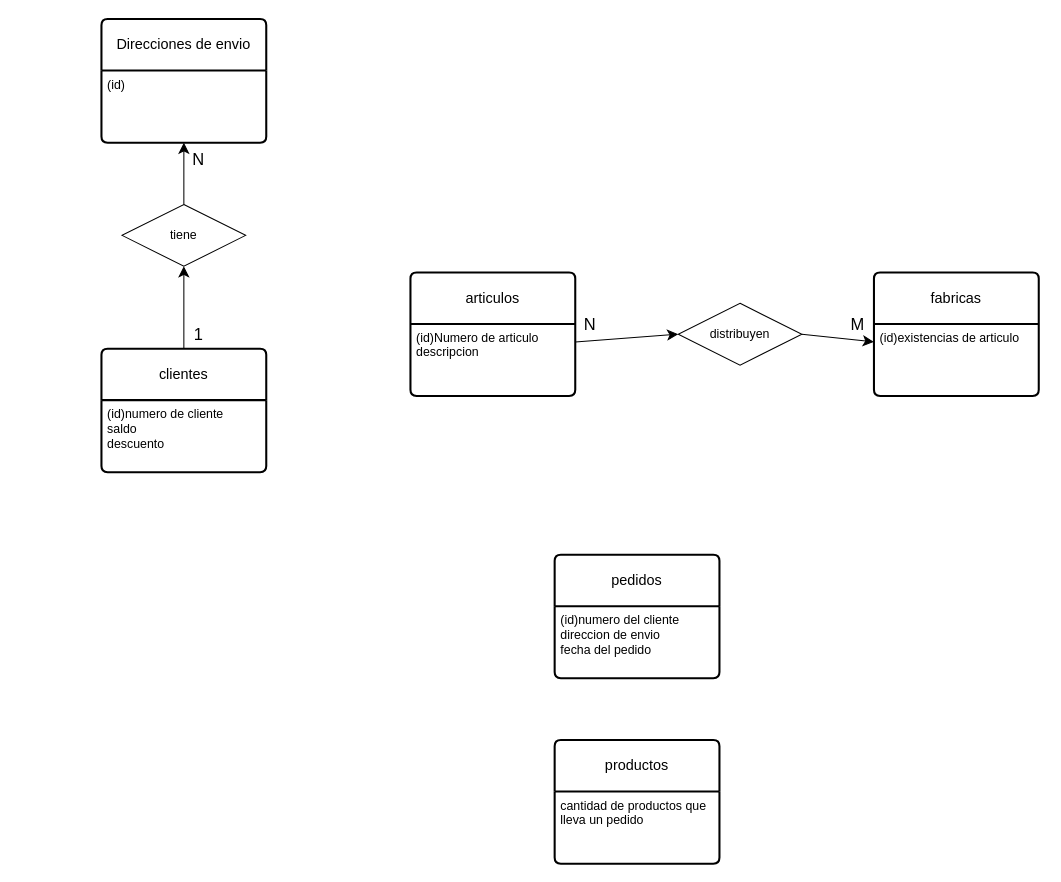
fernandezortaalex/Tarea keeps this draw.io diagram as Tarea_Base_de_datos/Tema1/Diagrama ejercicio10.drawio. Above is the earlier version. Source tidied: cells renumbered, new cells numbered last; positions are measured from the earlier drawing's top-left corner, leaving out a move shared by most shapes. Both pictures are drawn from the tidied source at 103%, with x=0, y=0 at pixel (101, 19).
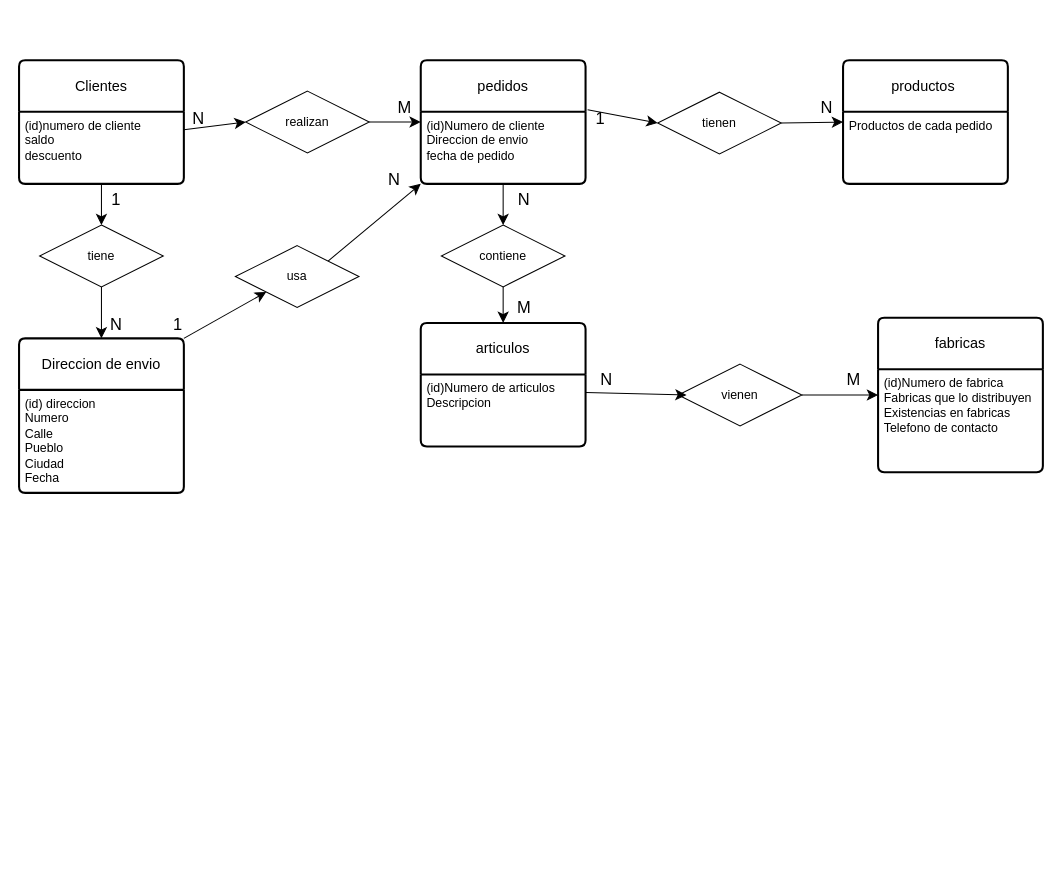
Above is the later version.

Change to the diagram source:
```diff
@@
-    <mxCell id="2" style="edgeStyle=none;curved=1;rounded=0;jettySize=auto;html=1;fontSize=12;startSize=8;endSize=8;" parent="1" edge="1" source="7" target="6">
-      <mxGeometry relative="1" as="geometry" />
-    </mxCell>
-    <mxCell id="3" style="edgeStyle=none;curved=1;rounded=0;jettySize=auto;html=1;exitX=0.5;exitY=0;exitDx=0;exitDy=0;entryX=0.5;entryY=1;entryDx=0;entryDy=0;fontSize=12;startSize=8;endSize=8;" parent="1" edge="1" source="4" target="13">
-      <mxGeometry relative="1" as="geometry" />
-    </mxCell>
-    <mxCell id="4" value="clientes" style="swimlane;horizontal=1;startSize=50;rounded=1;fontSize=14;fontStyle=0;strokeWidth=2;shadow=0;dashed=0;align=center;arcSize=4;whiteSpace=wrap;html=1;" parent="1" vertex="1">
-      <mxGeometry y="320" width="160" height="120" as="geometry" />
-    </mxCell>
+    <mxCell id="25" value="Clientes" style="swimlane;horizontal=1;startSize=50;rounded=1;fontSize=14;fontStyle=0;strokeWidth=2;shadow=0;dashed=0;align=center;arcSize=4;whiteSpace=wrap;html=1;" parent="1" vertex="1">
+      <mxGeometry x="-80" y="40" width="160" height="120" as="geometry" />
+    </mxCell>
-    <mxCell id="5" value="(id)numero de cliente&lt;div&gt;saldo&lt;/div&gt;&lt;div&gt;descuento&lt;/div&gt;" style="align=left;strokeColor=none;fillColor=none;spacingLeft=4;spacingRight=4;fontSize=12;verticalAlign=top;html=1;whiteSpace=wrap;" parent="4" vertex="1">
+    <mxCell id="5" value="(id)numero de cliente&lt;div&gt;saldo&lt;/div&gt;&lt;div&gt;descuento&lt;/div&gt;" style="align=left;strokeColor=none;fillColor=none;spacingLeft=4;spacingRight=4;fontSize=12;verticalAlign=top;html=1;whiteSpace=wrap;" parent="25" vertex="1">
       <mxGeometry y="50" width="160" height="70" as="geometry" />
     </mxCell>
     <mxCell id="6" value="articulos" style="swimlane;horizontal=1;startSize=50;rounded=1;fontSize=14;fontStyle=0;strokeWidth=2;shadow=0;dashed=0;align=center;arcSize=4;whiteSpace=wrap;html=1;" parent="1" vertex="1">
-      <mxGeometry x="300" y="246" width="160" height="120" as="geometry" />
+      <mxGeometry x="310" y="295" width="160" height="120" as="geometry" />
     </mxCell>
-    <mxCell id="7" value="(id)Numero de articulo&lt;div&gt;descripcion&lt;/div&gt;" style="align=left;strokeColor=none;fillColor=none;spacingLeft=4;spacingRight=4;fontSize=12;verticalAlign=top;html=1;whiteSpace=wrap;" parent="6" vertex="1">
-      <mxGeometry y="50" width="160" height="70" as="geometry" />
-    </mxCell>
+    <mxCell id="26" value="(id)Numero de articulos&lt;div&gt;Descripcion&lt;/div&gt;" style="align=left;strokeColor=none;fillColor=none;spacingLeft=4;spacingRight=4;fontSize=12;verticalAlign=top;html=1;whiteSpace=wrap;" parent="6" vertex="1">
+      <mxGeometry y="50" width="160" height="70" as="geometry" />
+    </mxCell>
     <mxCell id="8" value="pedidos" style="swimlane;horizontal=1;startSize=50;rounded=1;fontSize=14;fontStyle=0;strokeWidth=2;shadow=0;dashed=0;align=center;arcSize=4;whiteSpace=wrap;html=1;" parent="1" vertex="1">
-      <mxGeometry x="440" y="520" width="160" height="120" as="geometry" />
+      <mxGeometry x="310" y="40" width="160" height="120" as="geometry" />
     </mxCell>
-    <mxCell id="9" value="(id)numero del cliente&lt;div&gt;direccion de envio&lt;/div&gt;&lt;div&gt;fecha del pedido&lt;/div&gt;" style="align=left;strokeColor=none;fillColor=none;spacingLeft=4;spacingRight=4;fontSize=12;verticalAlign=top;html=1;whiteSpace=wrap;" parent="8" vertex="1">
-      <mxGeometry y="50" width="160" height="70" as="geometry" />
-    </mxCell>
-    <mxCell id="10" value="Direcciones de envio" style="swimlane;horizontal=1;startSize=50;rounded=1;fontSize=14;fontStyle=0;strokeWidth=2;shadow=0;dashed=0;align=center;arcSize=4;whiteSpace=wrap;html=1;" parent="1" vertex="1">
-      <mxGeometry width="160" height="120" as="geometry" />
-    </mxCell>
-    <mxCell id="11" value="(id)" style="align=left;strokeColor=none;fillColor=none;spacingLeft=4;spacingRight=4;fontSize=12;verticalAlign=top;html=1;whiteSpace=wrap;" parent="10" vertex="1">
-      <mxGeometry y="50" width="160" height="70" as="geometry" />
-    </mxCell>
-    <mxCell id="12" style="edgeStyle=none;curved=1;rounded=0;jettySize=auto;html=1;exitX=0.5;exitY=0;exitDx=0;exitDy=0;entryX=0.5;entryY=1;entryDx=0;entryDy=0;fontSize=12;startSize=8;endSize=8;" parent="1" edge="1" source="13" target="11">
-      <mxGeometry relative="1" as="geometry" />
-    </mxCell>
+    <mxCell id="27" value="(id)Numero de cliente&lt;div&gt;Direccion de envio&lt;/div&gt;&lt;div&gt;fecha de pedido&lt;/div&gt;" style="align=left;strokeColor=none;fillColor=none;spacingLeft=4;spacingRight=4;fontSize=12;verticalAlign=top;html=1;whiteSpace=wrap;" parent="8" vertex="1">
+      <mxGeometry y="50" width="160" height="70" as="geometry" />
+    </mxCell>
+    <mxCell id="28" style="edgeStyle=none;curved=1;rounded=0;jettySize=auto;html=1;exitX=1;exitY=0;exitDx=0;exitDy=0;entryX=0;entryY=1;entryDx=0;entryDy=0;fontSize=12;startSize=8;endSize=8;" parent="1" edge="1" source="29" target="59">
+      <mxGeometry relative="1" as="geometry" />
+    </mxCell>
+    <mxCell id="29" value="Direccion de envio" style="swimlane;horizontal=1;startSize=50;rounded=1;fontSize=14;fontStyle=0;strokeWidth=2;shadow=0;dashed=0;align=center;arcSize=4;whiteSpace=wrap;html=1;" parent="1" vertex="1">
+      <mxGeometry x="-80" y="310" width="160" height="150" as="geometry" />
+    </mxCell>
+    <mxCell id="30" value="(id) direccion&lt;div&gt;Numero&lt;/div&gt;&lt;div&gt;Calle&lt;/div&gt;&lt;div&gt;Pueblo&lt;/div&gt;&lt;div&gt;Ciudad&lt;/div&gt;&lt;div&gt;Fecha&lt;/div&gt;" style="align=left;strokeColor=none;fillColor=none;spacingLeft=4;spacingRight=4;fontSize=12;verticalAlign=top;html=1;whiteSpace=wrap;" parent="29" vertex="1">
+      <mxGeometry y="50" width="160" height="100" as="geometry" />
+    </mxCell>
+    <mxCell id="31" style="edgeStyle=none;curved=1;rounded=0;orthogonalLoop=1;jettySize=auto;html=1;entryX=0.5;entryY=0;entryDx=0;entryDy=0;fontSize=12;startSize=8;endSize=8;" parent="29" edge="1" source="30" target="30">
+      <mxGeometry relative="1" as="geometry" />
+    </mxCell>
+    <mxCell id="32" style="edgeStyle=none;curved=1;rounded=0;jettySize=auto;html=1;exitX=0.5;exitY=1;exitDx=0;exitDy=0;entryX=0.5;entryY=0;entryDx=0;entryDy=0;fontSize=12;startSize=8;endSize=8;" parent="1" edge="1" source="13" target="29">
+      <mxGeometry relative="1" as="geometry" />
+    </mxCell>
     <mxCell id="13" value="tiene" style="shape=rhombus;perimeter=rhombusPerimeter;whiteSpace=wrap;html=1;align=center;" parent="1" vertex="1">
-      <mxGeometry x="20" y="180" width="120" height="60" as="geometry" />
+      <mxGeometry x="-60" y="200" width="120" height="60" as="geometry" />
     </mxCell>
-    <mxCell id="14" value="1" style="text;html=1;align=center;verticalAlign=middle;strokeColor=none;fillColor=none;fontSize=16;" parent="1" vertex="1">
-      <mxGeometry x="79" y="291" width="30" height="30" as="geometry" />
-    </mxCell>
-    <mxCell id="15" value="N" style="text;html=1;align=center;verticalAlign=middle;strokeColor=none;fillColor=none;fontSize=16;" parent="1" vertex="1">
-      <mxGeometry x="74" y="121" width="40" height="30" as="geometry" />
-    </mxCell>
+    <mxCell id="33" style="edgeStyle=none;curved=1;rounded=0;jettySize=auto;html=1;exitX=0.5;exitY=1;exitDx=0;exitDy=0;entryX=0.5;entryY=0;entryDx=0;entryDy=0;fontSize=12;startSize=8;endSize=8;" parent="1" edge="1" source="5" target="13">
+      <mxGeometry relative="1" as="geometry" />
+    </mxCell>
+    <mxCell id="34" value="1" style="text;html=1;align=center;verticalAlign=middle;strokeColor=none;fillColor=none;fontSize=16;" parent="1" vertex="1">
+      <mxGeometry x="-1" y="160" width="30" height="30" as="geometry" />
+    </mxCell>
+    <mxCell id="35" value="N" style="text;html=1;align=center;verticalAlign=middle;strokeColor=none;fillColor=none;fontSize=16;" parent="1" vertex="1">
+      <mxGeometry x="-6" y="281" width="40" height="30" as="geometry" />
+    </mxCell>
     <mxCell id="16" value="fabricas" style="swimlane;horizontal=1;startSize=50;rounded=1;fontSize=14;fontStyle=0;strokeWidth=2;shadow=0;dashed=0;align=center;arcSize=4;whiteSpace=wrap;html=1;" parent="1" vertex="1">
-      <mxGeometry x="750" y="246" width="160" height="120" as="geometry" />
+      <mxGeometry x="754" y="290" width="160" height="150" as="geometry" />
     </mxCell>
-    <mxCell id="17" value="(id)existencias de articulo" style="align=left;strokeColor=none;fillColor=none;spacingLeft=4;spacingRight=4;fontSize=12;verticalAlign=top;html=1;whiteSpace=wrap;" parent="16" vertex="1">
-      <mxGeometry y="50" width="160" height="70" as="geometry" />
-    </mxCell>
-    <mxCell id="18" style="edgeStyle=none;curved=1;rounded=0;jettySize=auto;html=1;exitX=1;exitY=0.5;exitDx=0;exitDy=0;entryX=0;entryY=0.25;entryDx=0;entryDy=0;fontSize=12;startSize=8;endSize=8;" parent="1" edge="1" source="19" target="17">
-      <mxGeometry relative="1" as="geometry" />
-    </mxCell>
-    <mxCell id="19" value="distribuyen" style="shape=rhombus;perimeter=rhombusPerimeter;whiteSpace=wrap;html=1;align=center;" parent="1" vertex="1">
-      <mxGeometry x="560" y="276" width="120" height="60" as="geometry" />
-    </mxCell>
-    <mxCell id="20" style="edgeStyle=none;curved=1;rounded=0;jettySize=auto;html=1;exitX=1;exitY=0.25;exitDx=0;exitDy=0;entryX=0;entryY=0.5;entryDx=0;entryDy=0;fontSize=12;startSize=8;endSize=8;" parent="1" edge="1" source="7" target="19">
-      <mxGeometry relative="1" as="geometry" />
-    </mxCell>
-    <mxCell id="21" value="M" style="text;html=1;align=center;verticalAlign=middle;strokeColor=none;fillColor=none;fontSize=16;" parent="1" vertex="1">
-      <mxGeometry x="714" y="281" width="40" height="30" as="geometry" />
-    </mxCell>
-    <mxCell id="22" value="N" style="text;html=1;align=center;verticalAlign=middle;strokeColor=none;fillColor=none;fontSize=16;" parent="1" vertex="1">
-      <mxGeometry x="454" y="281" width="40" height="30" as="geometry" />
-    </mxCell>
+    <mxCell id="36" value="&lt;div&gt;(id)Numero de fabrica&lt;/div&gt;Fabricas que lo distribuyen&lt;div&gt;Existencias en fabricas&lt;/div&gt;&lt;div&gt;Telefono de contacto&lt;/div&gt;&lt;div&gt;&lt;br&gt;&lt;/div&gt;" style="align=left;strokeColor=none;fillColor=none;spacingLeft=4;spacingRight=4;fontSize=12;verticalAlign=top;html=1;whiteSpace=wrap;" parent="16" vertex="1">
+      <mxGeometry y="50" width="160" height="100" as="geometry" />
+    </mxCell>
+    <mxCell id="37" style="edgeStyle=none;curved=1;rounded=0;jettySize=auto;html=1;exitX=1;exitY=0.5;exitDx=0;exitDy=0;entryX=0;entryY=0.5;entryDx=0;entryDy=0;fontSize=12;startSize=8;endSize=8;" parent="1" edge="1" source="38" target="16">
+      <mxGeometry relative="1" as="geometry" />
+    </mxCell>
+    <mxCell id="38" value="vienen" style="shape=rhombus;perimeter=rhombusPerimeter;whiteSpace=wrap;html=1;align=center;" parent="1" vertex="1">
+      <mxGeometry x="560" y="335" width="120" height="60" as="geometry" />
+    </mxCell>
+    <mxCell id="39" style="edgeStyle=none;curved=1;rounded=0;jettySize=auto;html=1;exitX=1;exitY=0.25;exitDx=0;exitDy=0;entryX=0.067;entryY=0.5;entryDx=0;entryDy=0;entryPerimeter=0;fontSize=12;startSize=8;endSize=8;" parent="1" edge="1" source="26" target="38">
+      <mxGeometry relative="1" as="geometry" />
+    </mxCell>
+    <mxCell id="40" value="N" style="text;html=1;align=center;verticalAlign=middle;strokeColor=none;fillColor=none;fontSize=16;" parent="1" vertex="1">
+      <mxGeometry x="470" y="335" width="40" height="30" as="geometry" />
+    </mxCell>
+    <mxCell id="41" value="M" style="text;html=1;align=center;verticalAlign=middle;strokeColor=none;fillColor=none;fontSize=16;" parent="1" vertex="1">
+      <mxGeometry x="710" y="335" width="40" height="30" as="geometry" />
+    </mxCell>
-    <mxCell id="23" value="productos" style="swimlane;horizontal=1;startSize=50;rounded=1;fontSize=14;fontStyle=0;strokeWidth=2;shadow=0;dashed=0;align=center;arcSize=4;whiteSpace=wrap;html=1;" parent="1" vertex="1">
-      <mxGeometry x="440" y="700" width="160" height="120" as="geometry" />
+    <mxCell id="23" value="productos&amp;nbsp;" style="swimlane;horizontal=1;startSize=50;rounded=1;fontSize=14;fontStyle=0;strokeWidth=2;shadow=0;dashed=0;align=center;arcSize=4;whiteSpace=wrap;html=1;" parent="1" vertex="1">
+      <mxGeometry x="720" y="40" width="160" height="120" as="geometry" />
     </mxCell>
-    <mxCell id="24" value="cantidad de productos que lleva un pedido" style="align=left;strokeColor=none;fillColor=none;spacingLeft=4;spacingRight=4;fontSize=12;verticalAlign=top;html=1;whiteSpace=wrap;" parent="23" vertex="1">
-      <mxGeometry y="50" width="160" height="70" as="geometry" />
-    </mxCell>
+    <mxCell id="42" value="Productos de cada pedido" style="align=left;strokeColor=none;fillColor=none;spacingLeft=4;spacingRight=4;fontSize=12;verticalAlign=top;html=1;whiteSpace=wrap;" parent="23" vertex="1">
+      <mxGeometry y="50" width="160" height="70" as="geometry" />
+    </mxCell>
+    <mxCell id="43" style="edgeStyle=none;curved=1;rounded=0;jettySize=auto;html=1;exitX=1;exitY=0.5;exitDx=0;exitDy=0;entryX=0;entryY=0.5;entryDx=0;entryDy=0;fontSize=12;startSize=8;endSize=8;" parent="1" edge="1" source="44" target="23">
+      <mxGeometry relative="1" as="geometry" />
+    </mxCell>
+    <mxCell id="44" value="tienen" style="shape=rhombus;perimeter=rhombusPerimeter;whiteSpace=wrap;html=1;align=center;" parent="1" vertex="1">
+      <mxGeometry x="540" y="71" width="120" height="60" as="geometry" />
+    </mxCell>
+    <mxCell id="45" style="edgeStyle=none;curved=1;rounded=0;jettySize=auto;html=1;exitX=0.1;exitY=0.233;exitDx=0;exitDy=0;entryX=0;entryY=0.5;entryDx=0;entryDy=0;fontSize=12;startSize=8;endSize=8;exitPerimeter=0;" parent="1" edge="1" source="46" target="44">
+      <mxGeometry relative="1" as="geometry" />
+    </mxCell>
+    <mxCell id="46" value="1" style="text;html=1;align=center;verticalAlign=middle;points=[];strokeColor=none;fillColor=none;fontSize=16;" parent="1" vertex="1">
+      <mxGeometry x="469" y="81" width="30" height="30" as="geometry" />
+    </mxCell>
+    <mxCell id="47" value="N" style="text;html=1;align=center;verticalAlign=middle;strokeColor=none;fillColor=none;fontSize=16;" parent="1" vertex="1">
+      <mxGeometry x="684" y="71" width="40" height="30" as="geometry" />
+    </mxCell>
+    <mxCell id="48" style="edgeStyle=none;curved=1;rounded=0;jettySize=auto;html=1;exitX=1;exitY=0.5;exitDx=0;exitDy=0;entryX=0;entryY=0.5;entryDx=0;entryDy=0;fontSize=12;startSize=8;endSize=8;" parent="1" edge="1" source="49" target="8">
+      <mxGeometry relative="1" as="geometry" />
+    </mxCell>
+    <mxCell id="49" value="realizan" style="shape=rhombus;perimeter=rhombusPerimeter;whiteSpace=wrap;html=1;align=center;" parent="1" vertex="1">
+      <mxGeometry x="140" y="70" width="120" height="60" as="geometry" />
+    </mxCell>
+    <mxCell id="50" style="edgeStyle=none;curved=1;rounded=0;jettySize=auto;html=1;exitX=1;exitY=0.25;exitDx=0;exitDy=0;entryX=0;entryY=0.5;entryDx=0;entryDy=0;fontSize=12;startSize=8;endSize=8;" parent="1" edge="1" source="5" target="49">
+      <mxGeometry relative="1" as="geometry" />
+    </mxCell>
+    <mxCell id="51" value="N" style="text;html=1;align=center;verticalAlign=middle;strokeColor=none;fillColor=none;fontSize=16;" parent="1" vertex="1">
+      <mxGeometry x="74" y="81" width="40" height="30" as="geometry" />
+    </mxCell>
+    <mxCell id="52" value="M" style="text;html=1;align=center;verticalAlign=middle;strokeColor=none;fillColor=none;fontSize=16;" parent="1" vertex="1">
+      <mxGeometry x="274" y="71" width="40" height="30" as="geometry" />
+    </mxCell>
+    <mxCell id="53" style="edgeStyle=none;curved=1;rounded=0;jettySize=auto;html=1;exitX=0.5;exitY=1;exitDx=0;exitDy=0;entryX=0.5;entryY=0;entryDx=0;entryDy=0;fontSize=12;startSize=8;endSize=8;" parent="1" edge="1" source="54" target="6">
+      <mxGeometry relative="1" as="geometry" />
+    </mxCell>
+    <mxCell id="54" value="contiene" style="shape=rhombus;perimeter=rhombusPerimeter;whiteSpace=wrap;html=1;align=center;" parent="1" vertex="1">
+      <mxGeometry x="330" y="200" width="120" height="60" as="geometry" />
+    </mxCell>
+    <mxCell id="55" style="edgeStyle=none;curved=1;rounded=0;jettySize=auto;html=1;exitX=0.5;exitY=1;exitDx=0;exitDy=0;entryX=0.5;entryY=0;entryDx=0;entryDy=0;fontSize=12;startSize=8;endSize=8;" parent="1" edge="1" source="27" target="54">
+      <mxGeometry relative="1" as="geometry" />
+    </mxCell>
+    <mxCell id="56" value="N" style="text;html=1;align=center;verticalAlign=middle;strokeColor=none;fillColor=none;fontSize=16;" parent="1" vertex="1">
+      <mxGeometry x="390" y="160" width="40" height="30" as="geometry" />
+    </mxCell>
+    <mxCell id="57" value="M" style="text;html=1;align=center;verticalAlign=middle;strokeColor=none;fillColor=none;fontSize=16;" parent="1" vertex="1">
+      <mxGeometry x="390" y="265" width="40" height="30" as="geometry" />
+    </mxCell>
+    <mxCell id="58" style="edgeStyle=none;curved=1;rounded=0;jettySize=auto;html=1;exitX=1;exitY=0;exitDx=0;exitDy=0;entryX=0;entryY=1;entryDx=0;entryDy=0;fontSize=12;startSize=8;endSize=8;" parent="1" edge="1" source="59" target="8">
+      <mxGeometry relative="1" as="geometry" />
+    </mxCell>
+    <mxCell id="59" value="usa" style="shape=rhombus;perimeter=rhombusPerimeter;whiteSpace=wrap;html=1;align=center;" parent="1" vertex="1">
+      <mxGeometry x="130" y="220" width="120" height="60" as="geometry" />
+    </mxCell>
+    <mxCell id="60" value="N" style="text;html=1;align=center;verticalAlign=middle;strokeColor=none;fillColor=none;fontSize=16;" parent="1" vertex="1">
+      <mxGeometry x="264" y="141" width="40" height="30" as="geometry" />
+    </mxCell>
+    <mxCell id="61" value="1" style="text;html=1;align=center;verticalAlign=middle;strokeColor=none;fillColor=none;fontSize=16;" parent="1" vertex="1">
+      <mxGeometry x="59" y="281" width="30" height="30" as="geometry" />
+    </mxCell>
```
